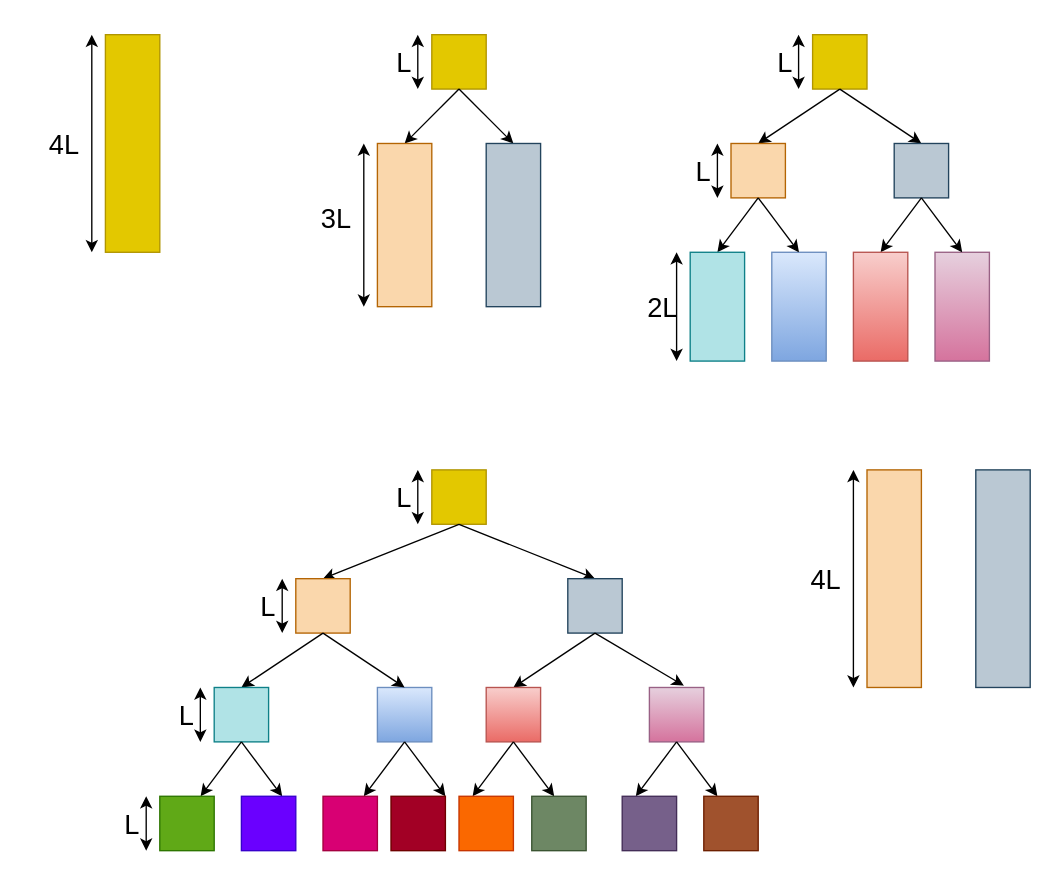
This is documentation/illustrations/Top_Sharing_Matters.drawio from sakshamrathi21/Structured_LLM_Optimization, a draw.io file, before an edit. Source tidied: cells renumbered, new cells numbered last; positions are measured from the earlier drawing's top-left corner, leaving out a move shared by most shapes. Both pictures are drawn from the tidied source at 136%, with x=0, y=0 at pixel (23, 34).
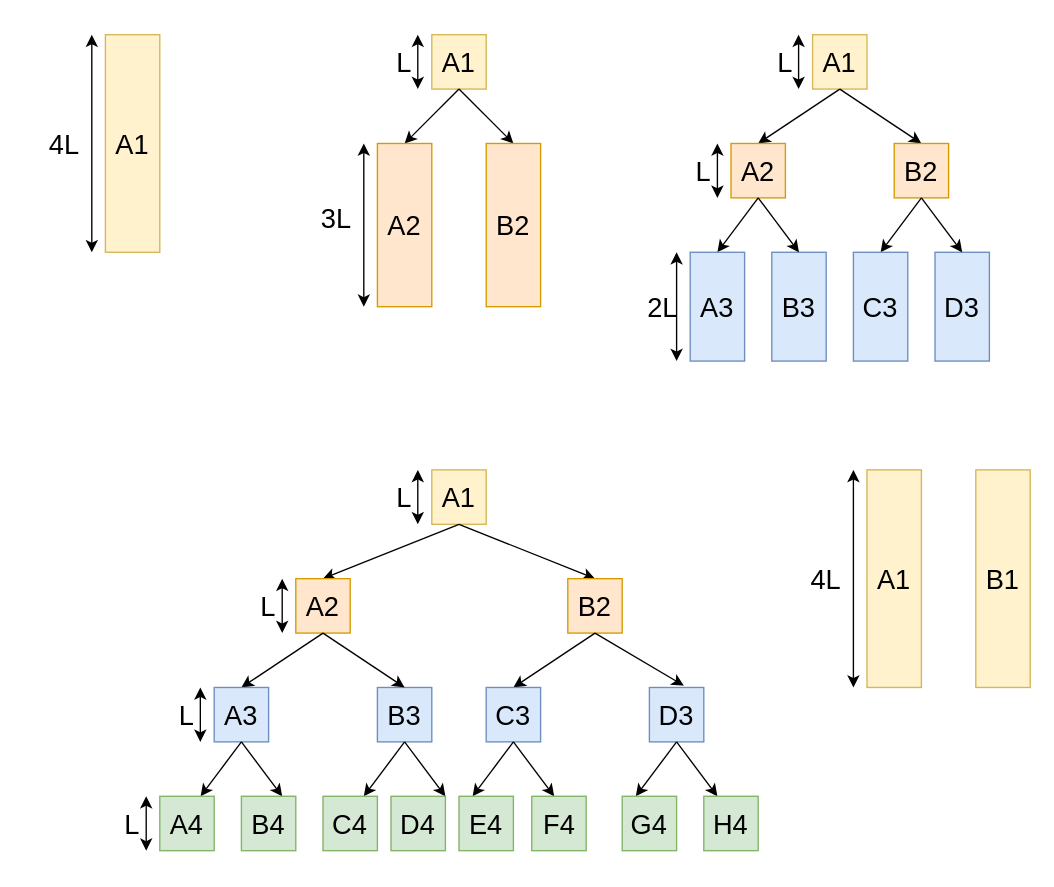
The same diagram, later.

Diff of the diagram source:
```diff
@@
-    <mxCell id="2" style="rounded=0;whiteSpace=wrap;html=1;fillColor=#e3c800;fontColor=#000000;strokeColor=#B09500;" parent="1" vertex="1">
+    <mxCell id="2" value="&lt;font style=&quot;font-size: 20px;&quot;&gt;A1&lt;/font&gt;" style="rounded=0;whiteSpace=wrap;html=1;fillColor=#fff2cc;strokeColor=#d6b656;" parent="1" vertex="1">
       <mxGeometry x="60" width="40" height="160" as="geometry" />
     </mxCell>
@@
-    <mxCell id="5" style="rounded=0;whiteSpace=wrap;html=1;fillColor=#e3c800;fontColor=#000000;strokeColor=#B09500;" parent="1" vertex="1">
+    <mxCell id="5" value="&lt;font style=&quot;font-size: 20px;&quot;&gt;A1&lt;/font&gt;" style="rounded=0;whiteSpace=wrap;html=1;fillColor=#fff2cc;strokeColor=#d6b656;" parent="1" vertex="1">
       <mxGeometry x="300" width="40" height="40" as="geometry" />
     </mxCell>
@@
-    <mxCell id="8" style="rounded=0;whiteSpace=wrap;html=1;fillColor=#fad7ac;strokeColor=#b46504;" parent="1" vertex="1">
+    <mxCell id="8" value="&lt;font style=&quot;font-size: 20px;&quot;&gt;A2&lt;/font&gt;" style="rounded=0;whiteSpace=wrap;html=1;fillColor=#ffe6cc;strokeColor=#d79b00;" parent="1" vertex="1">
       <mxGeometry x="260" y="80" width="40" height="120" as="geometry" />
     </mxCell>
-    <mxCell id="9" style="rounded=0;whiteSpace=wrap;html=1;fillColor=#bac8d3;strokeColor=#23445d;" parent="1" vertex="1">
+    <mxCell id="9" value="&lt;font style=&quot;font-size: 20px;&quot;&gt;B2&lt;/font&gt;" style="rounded=0;whiteSpace=wrap;html=1;fillColor=#ffe6cc;strokeColor=#d79b00;" parent="1" vertex="1">
       <mxGeometry x="340" y="80" width="40" height="120" as="geometry" />
     </mxCell>
@@
-    <mxCell id="14" style="rounded=0;whiteSpace=wrap;html=1;fillColor=#e3c800;fontColor=#000000;strokeColor=#B09500;" parent="1" vertex="1">
+    <mxCell id="14" value="&lt;span style=&quot;font-size: 20px;&quot;&gt;A1&lt;/span&gt;" style="rounded=0;whiteSpace=wrap;html=1;fillColor=#fff2cc;strokeColor=#d6b656;" parent="1" vertex="1">
       <mxGeometry x="580" width="40" height="40" as="geometry" />
     </mxCell>
@@
-    <mxCell id="17" style="rounded=0;whiteSpace=wrap;html=1;fillColor=#fad7ac;strokeColor=#b46504;" parent="1" vertex="1">
+    <mxCell id="17" value="&lt;font style=&quot;font-size: 20px;&quot;&gt;A2&lt;/font&gt;" style="rounded=0;whiteSpace=wrap;html=1;fillColor=#ffe6cc;strokeColor=#d79b00;" parent="1" vertex="1">
       <mxGeometry x="520" y="80" width="40" height="40" as="geometry" />
     </mxCell>
-    <mxCell id="18" style="rounded=0;whiteSpace=wrap;html=1;fillColor=#bac8d3;strokeColor=#23445d;" parent="1" vertex="1">
+    <mxCell id="18" value="&lt;span style=&quot;font-size: 20px;&quot;&gt;B2&lt;/span&gt;" style="rounded=0;whiteSpace=wrap;html=1;fillColor=#ffe6cc;strokeColor=#d79b00;" parent="1" vertex="1">
       <mxGeometry x="640" y="80" width="40" height="40" as="geometry" />
     </mxCell>
@@
-    <mxCell id="25" style="rounded=0;whiteSpace=wrap;html=1;fillColor=#b0e3e6;strokeColor=#0e8088;" parent="1" vertex="1">
+    <mxCell id="25" value="&lt;span style=&quot;font-size: 20px;&quot;&gt;A3&lt;/span&gt;" style="rounded=0;whiteSpace=wrap;html=1;fillColor=#dae8fc;strokeColor=#6c8ebf;" parent="1" vertex="1">
       <mxGeometry x="490" y="160" width="40" height="80" as="geometry" />
     </mxCell>
-    <mxCell id="26" style="rounded=0;whiteSpace=wrap;html=1;fillColor=#dae8fc;strokeColor=#6c8ebf;gradientColor=#7ea6e0;" parent="1" vertex="1">
+    <mxCell id="26" value="&lt;span style=&quot;font-size: 20px;&quot;&gt;B3&lt;/span&gt;" style="rounded=0;whiteSpace=wrap;html=1;fillColor=#dae8fc;strokeColor=#6c8ebf;" parent="1" vertex="1">
       <mxGeometry x="550" y="160" width="40" height="80" as="geometry" />
     </mxCell>
-    <mxCell id="27" style="rounded=0;whiteSpace=wrap;html=1;fillColor=#f8cecc;strokeColor=#b85450;gradientColor=#ea6b66;" parent="1" vertex="1">
+    <mxCell id="27" value="&lt;span style=&quot;font-size: 20px;&quot;&gt;C3&lt;/span&gt;" style="rounded=0;whiteSpace=wrap;html=1;fillColor=#dae8fc;strokeColor=#6c8ebf;" parent="1" vertex="1">
       <mxGeometry x="610" y="160" width="40" height="80" as="geometry" />
     </mxCell>
-    <mxCell id="28" style="rounded=0;whiteSpace=wrap;html=1;fillColor=#e6d0de;strokeColor=#996185;gradientColor=#d5739d;" parent="1" vertex="1">
+    <mxCell id="28" value="&lt;span style=&quot;font-size: 20px;&quot;&gt;D3&lt;/span&gt;" style="rounded=0;whiteSpace=wrap;html=1;fillColor=#dae8fc;strokeColor=#6c8ebf;" parent="1" vertex="1">
       <mxGeometry x="670" y="160" width="40" height="80" as="geometry" />
     </mxCell>
@@
-    <mxCell id="33" style="rounded=0;whiteSpace=wrap;html=1;fillColor=#e3c800;fontColor=#000000;strokeColor=#B09500;" parent="1" vertex="1">
+    <mxCell id="33" value="&lt;span style=&quot;font-size: 20px;&quot;&gt;A1&lt;/span&gt;" style="rounded=0;whiteSpace=wrap;html=1;fillColor=#fff2cc;strokeColor=#d6b656;" parent="1" vertex="1">
       <mxGeometry x="300" y="320" width="40" height="40" as="geometry" />
     </mxCell>
@@
-    <mxCell id="36" style="rounded=0;whiteSpace=wrap;html=1;fillColor=#fad7ac;strokeColor=#b46504;" parent="1" vertex="1">
+    <mxCell id="36" value="&lt;span style=&quot;font-size: 20px;&quot;&gt;A2&lt;/span&gt;" style="rounded=0;whiteSpace=wrap;html=1;fillColor=#ffe6cc;strokeColor=#d79b00;" parent="1" vertex="1">
       <mxGeometry x="200" y="400" width="40" height="40" as="geometry" />
     </mxCell>
-    <mxCell id="37" style="rounded=0;whiteSpace=wrap;html=1;fillColor=#bac8d3;strokeColor=#23445d;" parent="1" vertex="1">
+    <mxCell id="37" value="&lt;span style=&quot;font-size: 20px;&quot;&gt;B2&lt;/span&gt;" style="rounded=0;whiteSpace=wrap;html=1;fillColor=#ffe6cc;strokeColor=#d79b00;" parent="1" vertex="1">
       <mxGeometry x="400" y="400" width="40" height="40" as="geometry" />
     </mxCell>
@@
-    <mxCell id="44" style="rounded=0;whiteSpace=wrap;html=1;fillColor=#b0e3e6;strokeColor=#0e8088;" parent="1" vertex="1">
+    <mxCell id="44" value="&lt;span style=&quot;font-size: 20px;&quot;&gt;A3&lt;/span&gt;" style="rounded=0;whiteSpace=wrap;html=1;fillColor=#dae8fc;strokeColor=#6c8ebf;" parent="1" vertex="1">
       <mxGeometry x="140" y="480" width="40" height="40" as="geometry" />
     </mxCell>
-    <mxCell id="45" style="rounded=0;whiteSpace=wrap;html=1;fillColor=#dae8fc;strokeColor=#6c8ebf;gradientColor=#7ea6e0;" parent="1" vertex="1">
+    <mxCell id="45" value="&lt;span style=&quot;font-size: 20px;&quot;&gt;B3&lt;/span&gt;" style="rounded=0;whiteSpace=wrap;html=1;fillColor=#dae8fc;strokeColor=#6c8ebf;" parent="1" vertex="1">
       <mxGeometry x="260" y="480" width="40" height="40" as="geometry" />
     </mxCell>
-    <mxCell id="46" style="rounded=0;whiteSpace=wrap;html=1;fillColor=#f8cecc;strokeColor=#b85450;gradientColor=#ea6b66;" parent="1" vertex="1">
+    <mxCell id="46" value="&lt;span style=&quot;font-size: 20px;&quot;&gt;C3&lt;/span&gt;" style="rounded=0;whiteSpace=wrap;html=1;fillColor=#dae8fc;strokeColor=#6c8ebf;" parent="1" vertex="1">
       <mxGeometry x="340" y="480" width="40" height="40" as="geometry" />
     </mxCell>
-    <mxCell id="47" style="rounded=0;whiteSpace=wrap;html=1;fillColor=#e6d0de;strokeColor=#996185;gradientColor=#d5739d;" parent="1" vertex="1">
+    <mxCell id="47" value="&lt;span style=&quot;font-size: 20px;&quot;&gt;D3&lt;/span&gt;" style="rounded=0;whiteSpace=wrap;html=1;fillColor=#dae8fc;strokeColor=#6c8ebf;" parent="1" vertex="1">
       <mxGeometry x="460" y="480" width="40" height="40" as="geometry" />
     </mxCell>
@@
-    <mxCell id="60" style="rounded=0;whiteSpace=wrap;html=1;fillColor=#60a917;strokeColor=#2D7600;fontColor=#ffffff;" parent="1" vertex="1">
+    <mxCell id="60" value="&lt;span style=&quot;font-size: 20px;&quot;&gt;A4&lt;/span&gt;" style="rounded=0;whiteSpace=wrap;html=1;fillColor=#d5e8d4;strokeColor=#82b366;" parent="1" vertex="1">
       <mxGeometry x="100" y="560" width="40" height="40" as="geometry" />
     </mxCell>
-    <mxCell id="61" style="rounded=0;whiteSpace=wrap;html=1;fillColor=#6a00ff;strokeColor=#3700CC;fontColor=#ffffff;" parent="1" vertex="1">
+    <mxCell id="61" value="&lt;span style=&quot;font-size: 20px;&quot;&gt;B4&lt;/span&gt;" style="rounded=0;whiteSpace=wrap;html=1;fillColor=#d5e8d4;strokeColor=#82b366;" parent="1" vertex="1">
       <mxGeometry x="160" y="560" width="40" height="40" as="geometry" />
     </mxCell>
-    <mxCell id="62" style="rounded=0;whiteSpace=wrap;html=1;fillColor=#d80073;strokeColor=#A50040;fontColor=#ffffff;" parent="1" vertex="1">
+    <mxCell id="62" value="&lt;span style=&quot;font-size: 20px;&quot;&gt;C4&lt;/span&gt;" style="rounded=0;whiteSpace=wrap;html=1;fillColor=#d5e8d4;strokeColor=#82b366;" parent="1" vertex="1">
       <mxGeometry x="220" y="560" width="40" height="40" as="geometry" />
     </mxCell>
-    <mxCell id="63" style="rounded=0;whiteSpace=wrap;html=1;fillColor=#a20025;strokeColor=#6F0000;fontColor=#ffffff;" parent="1" vertex="1">
+    <mxCell id="63" value="&lt;span style=&quot;font-size: 20px;&quot;&gt;D4&lt;/span&gt;" style="rounded=0;whiteSpace=wrap;html=1;fillColor=#d5e8d4;strokeColor=#82b366;" parent="1" vertex="1">
       <mxGeometry x="270" y="560" width="40" height="40" as="geometry" />
     </mxCell>
-    <mxCell id="64" style="rounded=0;whiteSpace=wrap;html=1;fillColor=#fa6800;strokeColor=#C73500;fontColor=#000000;" parent="1" vertex="1">
+    <mxCell id="64" value="&lt;span style=&quot;font-size: 20px;&quot;&gt;E4&lt;/span&gt;" style="rounded=0;whiteSpace=wrap;html=1;fillColor=#d5e8d4;strokeColor=#82b366;" parent="1" vertex="1">
       <mxGeometry x="320" y="560" width="40" height="40" as="geometry" />
     </mxCell>
-    <mxCell id="65" style="rounded=0;whiteSpace=wrap;html=1;fillColor=#6d8764;strokeColor=#3A5431;fontColor=#ffffff;" parent="1" vertex="1">
+    <mxCell id="65" value="&lt;span style=&quot;font-size: 20px;&quot;&gt;F4&lt;/span&gt;" style="rounded=0;whiteSpace=wrap;html=1;fillColor=#d5e8d4;strokeColor=#82b366;" parent="1" vertex="1">
       <mxGeometry x="373.5" y="560" width="40" height="40" as="geometry" />
     </mxCell>
-    <mxCell id="66" style="rounded=0;whiteSpace=wrap;html=1;fillColor=#76608a;strokeColor=#432D57;fontColor=#ffffff;" parent="1" vertex="1">
+    <mxCell id="66" value="&lt;span style=&quot;font-size: 20px;&quot;&gt;G4&lt;/span&gt;" style="rounded=0;whiteSpace=wrap;html=1;fillColor=#d5e8d4;strokeColor=#82b366;" parent="1" vertex="1">
       <mxGeometry x="440" y="560" width="40" height="40" as="geometry" />
     </mxCell>
-    <mxCell id="67" style="rounded=0;whiteSpace=wrap;html=1;fillColor=#a0522d;strokeColor=#6D1F00;fontColor=#ffffff;" parent="1" vertex="1">
+    <mxCell id="67" value="&lt;span style=&quot;font-size: 20px;&quot;&gt;H4&lt;/span&gt;" style="rounded=0;whiteSpace=wrap;html=1;fillColor=#d5e8d4;strokeColor=#82b366;" parent="1" vertex="1">
       <mxGeometry x="500" y="560" width="40" height="40" as="geometry" />
     </mxCell>
@@
-    <mxCell id="70" style="rounded=0;whiteSpace=wrap;html=1;fillColor=#fad7ac;strokeColor=#b46504;" parent="1" vertex="1">
+    <mxCell id="70" value="&lt;span style=&quot;font-size: 20px;&quot;&gt;A1&lt;/span&gt;" style="rounded=0;whiteSpace=wrap;html=1;fillColor=#fff2cc;strokeColor=#d6b656;" parent="1" vertex="1">
       <mxGeometry x="620" y="320" width="40" height="160" as="geometry" />
     </mxCell>
-    <mxCell id="71" style="rounded=0;whiteSpace=wrap;html=1;fillColor=#bac8d3;strokeColor=#23445d;" parent="1" vertex="1">
+    <mxCell id="71" value="&lt;span style=&quot;font-size: 20px;&quot;&gt;B1&lt;/span&gt;" style="rounded=0;whiteSpace=wrap;html=1;fillColor=#fff2cc;strokeColor=#d6b656;" parent="1" vertex="1">
       <mxGeometry x="700" y="320" width="40" height="160" as="geometry" />
     </mxCell>
```
